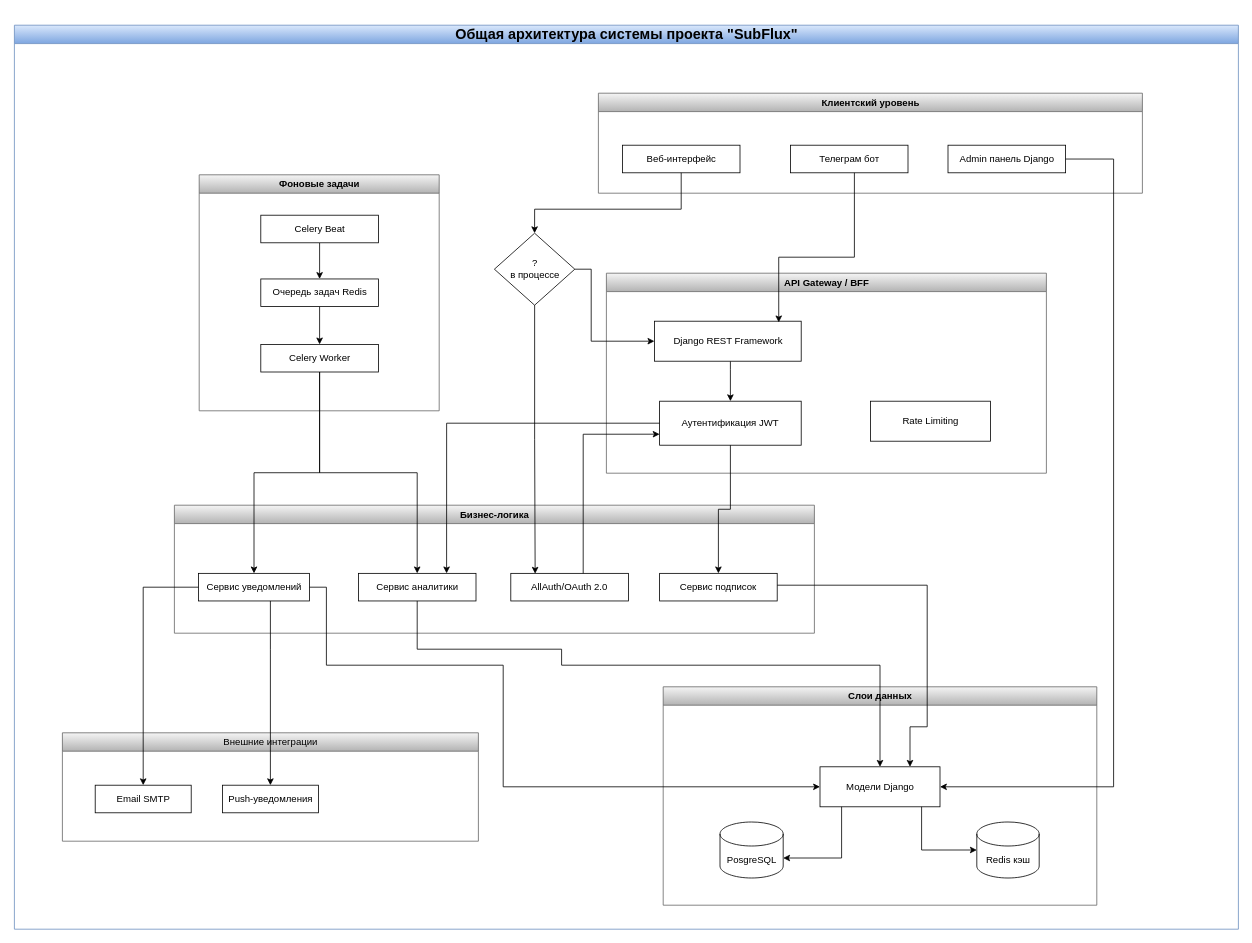
Above: docs/diagrams/Архитектура_приложений.drawio in NikPACodes/SubFlux (draw.io), before the change. Source tidied: cells renumbered, new cells numbered last; positions are measured from the earlier drawing's top-left corner, leaving out a move shared by most shapes. Both pictures are drawn from the tidied source at 80%, with x=0, y=0 at pixel (14, 25).
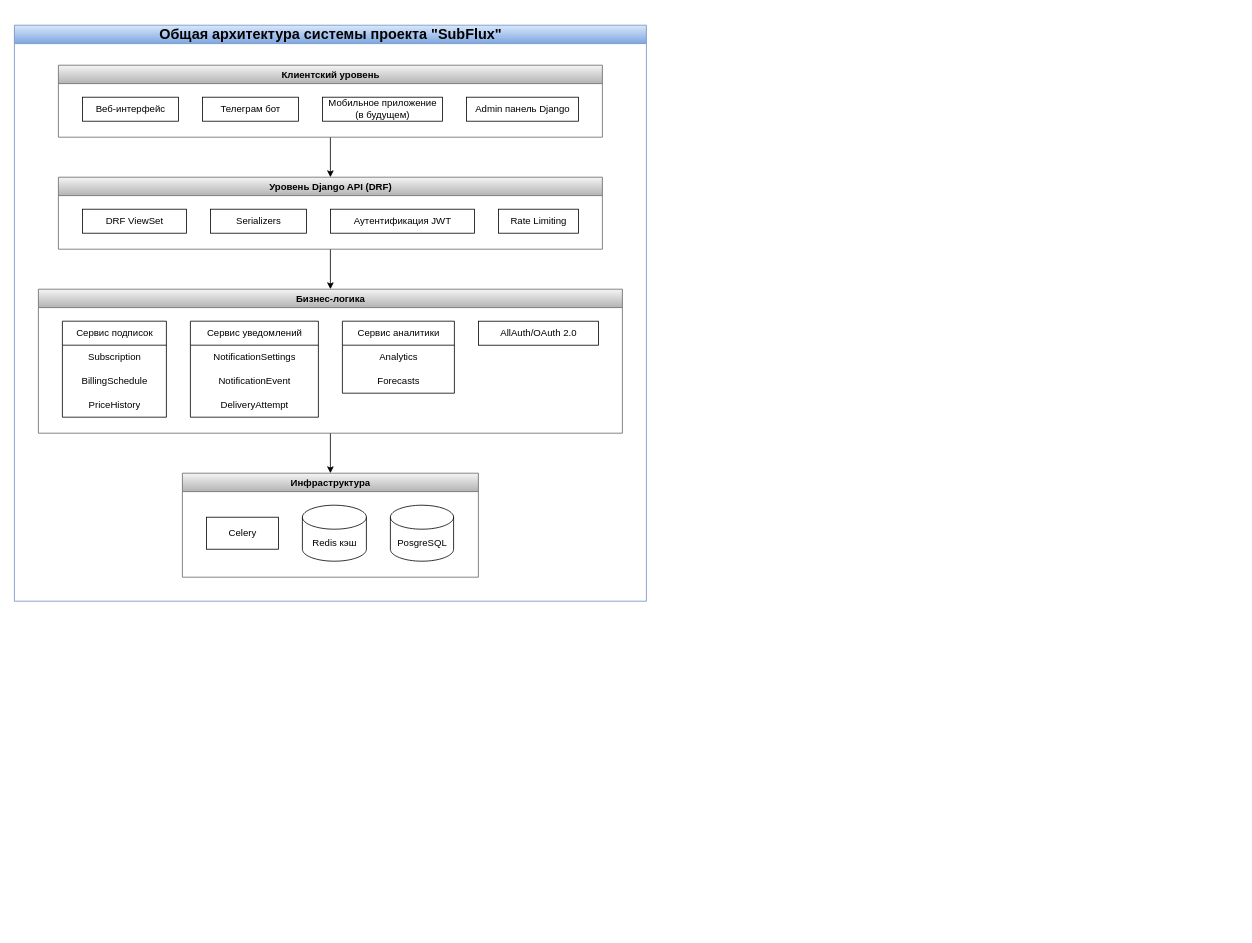
Above is the later version.

Commit message (it also covers changes not shown here):
Обновлены блок-схемы workflow и Архитектура_приложений

The edit, as a diff of the source:
```diff
@@
     <mxCell id="2" value="&lt;h2&gt;Общая архитектура системы проекта &quot;SubFlux&quot;&lt;/h2&gt;" style="swimlane;whiteSpace=wrap;html=1;fillColor=#dae8fc;gradientColor=#7ea6e0;strokeColor=#6c8ebf;" parent="1" vertex="1">
-      <mxGeometry x="-0.5" width="1530" height="1130" as="geometry" />
+      <mxGeometry x="-0.5" width="790" height="720" as="geometry" />
     </mxCell>
-    <mxCell id="3" value="&lt;span style=&quot;&quot;&gt;Фоновые задачи&lt;/span&gt;" style="swimlane;whiteSpace=wrap;html=1;fillColor=#f5f5f5;strokeColor=#666666;fontStyle=1;gradientColor=#b3b3b3;" parent="2" vertex="1">
-      <mxGeometry x="231" y="187" width="300" height="295" as="geometry" />
-    </mxCell>
-    <mxCell id="4" style="edgeStyle=orthogonalEdgeStyle;rounded=0;jettySize=auto;html=1;entryX=0.5;entryY=0;entryDx=0;entryDy=0;" parent="3" edge="1" source="5" target="8">
-      <mxGeometry relative="1" as="geometry" />
-    </mxCell>
-    <mxCell id="5" value="Celery Beat" style="rounded=0;whiteSpace=wrap;html=1;" parent="3" vertex="1">
-      <mxGeometry x="77" y="50.5" width="147" height="34.5" as="geometry" />
-    </mxCell>
-    <mxCell id="6" value="Celery Worker" style="rounded=0;whiteSpace=wrap;html=1;" parent="3" vertex="1">
-      <mxGeometry x="77" y="212" width="147" height="34.5" as="geometry" />
-    </mxCell>
-    <mxCell id="7" style="edgeStyle=orthogonalEdgeStyle;rounded=0;jettySize=auto;html=1;" parent="3" edge="1" source="8" target="6">
-      <mxGeometry relative="1" as="geometry" />
-    </mxCell>
-    <mxCell id="8" value="Очередь задач Redis" style="rounded=0;whiteSpace=wrap;html=1;" parent="3" vertex="1">
-      <mxGeometry x="77" y="130.2" width="147" height="34.5" as="geometry" />
-    </mxCell>
-    <mxCell id="9" value="Слои данных" style="swimlane;whiteSpace=wrap;html=1;fillColor=#f5f5f5;strokeColor=#666666;gradientColor=#b3b3b3;" parent="2" vertex="1">
-      <mxGeometry x="811" y="827" width="542" height="273" as="geometry" />
-    </mxCell>
+    <mxCell id="48" value="Инфраструктура" style="swimlane;whiteSpace=wrap;html=1;fillColor=#f5f5f5;strokeColor=#666666;gradientColor=#b3b3b3;" parent="2" vertex="1">
+      <mxGeometry x="210" y="560" width="370" height="130" as="geometry" />
+    </mxCell>
-    <mxCell id="10" value="Redis кэш" style="shape=cylinder3;whiteSpace=wrap;html=1;boundedLbl=1;backgroundOutline=1;size=15;" parent="9" vertex="1">
-      <mxGeometry x="392" y="169" width="78" height="70" as="geometry" />
+    <mxCell id="10" value="Redis кэш" style="shape=cylinder3;whiteSpace=wrap;html=1;boundedLbl=1;backgroundOutline=1;size=15;" parent="48" vertex="1">
+      <mxGeometry x="150" y="40" width="80" height="70" as="geometry" />
     </mxCell>
-    <mxCell id="11" value="PosgreSQL" style="shape=cylinder3;whiteSpace=wrap;html=1;boundedLbl=1;backgroundOutline=1;size=15;" parent="9" vertex="1">
-      <mxGeometry x="71" y="169" width="79" height="70" as="geometry" />
+    <mxCell id="11" value="PosgreSQL" style="shape=cylinder3;whiteSpace=wrap;html=1;boundedLbl=1;backgroundOutline=1;size=15;" parent="48" vertex="1">
+      <mxGeometry x="260" y="40" width="79" height="70" as="geometry" />
     </mxCell>
-    <mxCell id="12" value="Модели Django" style="rounded=0;whiteSpace=wrap;html=1;" parent="9" vertex="1">
-      <mxGeometry x="196" y="100" width="150" height="50" as="geometry" />
-    </mxCell>
-    <mxCell id="13" style="edgeStyle=orthogonalEdgeStyle;rounded=0;jettySize=auto;html=1;entryX=0;entryY=0.5;entryDx=0;entryDy=0;entryPerimeter=0;" parent="9" edge="1" source="12" target="10">
-      <mxGeometry relative="1" as="geometry">
-        <Array as="points">
-          <mxPoint x="323" y="204" />
-        </Array>
-      </mxGeometry>
-    </mxCell>
-    <mxCell id="14" style="edgeStyle=orthogonalEdgeStyle;rounded=0;jettySize=auto;html=1;entryX=1;entryY=0;entryDx=0;entryDy=45;entryPerimeter=0;" parent="9" edge="1" source="12" target="11">
-      <mxGeometry relative="1" as="geometry">
-        <Array as="points">
-          <mxPoint x="223" y="214" />
-        </Array>
-      </mxGeometry>
-    </mxCell>
-    <mxCell id="15" value="&lt;span style=&quot;&quot;&gt;API Gateway / BFF&lt;/span&gt;" style="swimlane;whiteSpace=wrap;html=1;fillColor=#f5f5f5;strokeColor=#666666;fontStyle=1;gradientColor=#b3b3b3;" parent="2" vertex="1">
-      <mxGeometry x="740" y="310" width="550" height="250" as="geometry" />
-    </mxCell>
-    <mxCell id="16" style="edgeStyle=orthogonalEdgeStyle;rounded=0;jettySize=auto;html=1;entryX=0.5;entryY=0;entryDx=0;entryDy=0;" parent="15" edge="1" source="17" target="18">
-      <mxGeometry relative="1" as="geometry">
-        <Array as="points">
-          <mxPoint x="155" y="120" />
-          <mxPoint x="155" y="120" />
-        </Array>
-      </mxGeometry>
-    </mxCell>
-    <mxCell id="17" value="Django REST Framework" style="rounded=0;whiteSpace=wrap;html=1;" parent="15" vertex="1">
-      <mxGeometry x="60" y="60" width="183.5" height="50" as="geometry" />
-    </mxCell>
+    <mxCell id="49" value="Celery" style="rounded=0;whiteSpace=wrap;html=1;" parent="48" vertex="1">
+      <mxGeometry x="30" y="55" width="90" height="40" as="geometry" />
+    </mxCell>
+    <mxCell id="50" style="edgeStyle=orthogonalEdgeStyle;rounded=0;jettySize=auto;html=1;entryX=0.5;entryY=0;entryDx=0;entryDy=0;" parent="2" edge="1" source="51" target="20">
+      <mxGeometry relative="1" as="geometry" />
+    </mxCell>
+    <mxCell id="51" value="Уровень Django API (DRF)" style="swimlane;whiteSpace=wrap;html=1;fillColor=#f5f5f5;strokeColor=#666666;fontStyle=1;gradientColor=#b3b3b3;" parent="2" vertex="1">
+      <mxGeometry x="55" y="190" width="680" height="90" as="geometry" />
+    </mxCell>
+    <mxCell id="52" value="DRF ViewSet" style="rounded=0;whiteSpace=wrap;html=1;" parent="51" vertex="1">
+      <mxGeometry x="30" y="40" width="130" height="30" as="geometry" />
+    </mxCell>
-    <mxCell id="18" value="Аутентификация JWT" style="rounded=0;whiteSpace=wrap;html=1;" parent="15" vertex="1">
-      <mxGeometry x="66.5" y="160" width="177" height="55" as="geometry" />
+    <mxCell id="18" value="Аутентификация JWT" style="rounded=0;whiteSpace=wrap;html=1;" parent="51" vertex="1">
+      <mxGeometry x="340" y="40" width="180" height="30" as="geometry" />
     </mxCell>
-    <mxCell id="19" value="Rate Limiting" style="rounded=0;whiteSpace=wrap;html=1;" parent="15" vertex="1">
-      <mxGeometry x="330" y="160" width="150" height="50" as="geometry" />
+    <mxCell id="19" value="Rate Limiting" style="rounded=0;whiteSpace=wrap;html=1;" parent="51" vertex="1">
+      <mxGeometry x="550" y="40" width="100" height="30" as="geometry" />
     </mxCell>
+    <mxCell id="53" value="Serializers" style="rounded=0;whiteSpace=wrap;html=1;" parent="51" vertex="1">
+      <mxGeometry x="190" y="40" width="120" height="30" as="geometry" />
+    </mxCell>
+    <mxCell id="54" style="edgeStyle=orthogonalEdgeStyle;rounded=0;jettySize=auto;html=1;entryX=0.5;entryY=0;entryDx=0;entryDy=0;" parent="2" edge="1" source="20" target="48">
+      <mxGeometry relative="1" as="geometry" />
+    </mxCell>
     <mxCell id="20" value="&lt;span style=&quot;&quot;&gt;Бизнес-логика&lt;/span&gt;" style="swimlane;whiteSpace=wrap;html=1;fillColor=#f5f5f5;strokeColor=#666666;fontStyle=1;gradientColor=#b3b3b3;" parent="2" vertex="1">
-      <mxGeometry x="200" y="600" width="800" height="160" as="geometry" />
+      <mxGeometry x="30" y="330" width="730" height="180" as="geometry" />
     </mxCell>
+    <mxCell id="24" value="AllAuth/&lt;span style=&quot;&quot; class=&quot;Yjhzub&quot;&gt;&lt;div style=&quot;display: contents&quot;&gt;OAuth 2.0&lt;/div&gt;&lt;/span&gt;" style="rounded=0;whiteSpace=wrap;html=1;" parent="20" vertex="1">
+      <mxGeometry x="550" y="40" width="150" height="30" as="geometry" />
+    </mxCell>
-    <mxCell id="21" value="Сервис подписок" style="rounded=0;whiteSpace=wrap;html=1;" parent="20" vertex="1">
-      <mxGeometry x="606.5" y="85.2" width="147" height="34.5" as="geometry" />
+    <mxCell id="21" value="Сервис подписок" style="swimlane;fontStyle=0;horizontal=1;startSize=30;whiteSpace=wrap;html=1;" parent="20" vertex="1">
+      <mxGeometry x="30" y="40" width="130" height="120" as="geometry" />
     </mxCell>
+    <mxCell id="55" value="Subscription" style="text;strokeColor=none;fillColor=none;align=center;verticalAlign=middle;spacingLeft=4;spacingRight=4;overflow=hidden;whiteSpace=wrap;html=1;" parent="21" vertex="1">
+      <mxGeometry y="30" width="130" height="30" as="geometry" />
+    </mxCell>
+    <mxCell id="56" value="BillingSchedule" style="text;strokeColor=none;fillColor=none;align=center;verticalAlign=middle;spacingLeft=4;spacingRight=4;overflow=hidden;whiteSpace=wrap;html=1;" parent="21" vertex="1">
+      <mxGeometry y="60" width="130" height="30" as="geometry" />
+    </mxCell>
+    <mxCell id="57" value="PriceHistory" style="text;strokeColor=none;fillColor=none;align=center;verticalAlign=middle;spacingLeft=4;spacingRight=4;overflow=hidden;whiteSpace=wrap;html=1;" parent="21" vertex="1">
+      <mxGeometry y="90" width="130" height="30" as="geometry" />
+    </mxCell>
+    <mxCell id="23" value="Сервис уведомлений" style="swimlane;fontStyle=0;horizontal=1;startSize=30;whiteSpace=wrap;html=1;" parent="20" vertex="1">
+      <mxGeometry x="190" y="40" width="160" height="120" as="geometry" />
+    </mxCell>
+    <mxCell id="58" value="NotificationSettings" style="text;strokeColor=none;fillColor=none;align=center;verticalAlign=middle;spacingLeft=4;spacingRight=4;overflow=hidden;whiteSpace=wrap;html=1;" parent="23" vertex="1">
+      <mxGeometry y="30" width="160" height="30" as="geometry" />
+    </mxCell>
+    <mxCell id="59" value="NotificationEvent" style="text;strokeColor=none;fillColor=none;align=center;verticalAlign=middle;spacingLeft=4;spacingRight=4;overflow=hidden;whiteSpace=wrap;html=1;" parent="23" vertex="1">
+      <mxGeometry y="60" width="160" height="30" as="geometry" />
+    </mxCell>
+    <mxCell id="60" value="DeliveryAttempt" style="text;strokeColor=none;fillColor=none;align=center;verticalAlign=middle;spacingLeft=4;spacingRight=4;overflow=hidden;whiteSpace=wrap;html=1;" parent="23" vertex="1">
+      <mxGeometry y="90" width="160" height="30" as="geometry" />
+    </mxCell>
-    <mxCell id="22" value="Сервис аналитики" style="rounded=0;whiteSpace=wrap;html=1;" parent="20" vertex="1">
-      <mxGeometry x="230" y="85.2" width="147" height="34.5" as="geometry" />
+    <mxCell id="22" value="Сервис аналитики" style="swimlane;fontStyle=0;horizontal=1;startSize=30;whiteSpace=wrap;html=1;" parent="20" vertex="1">
+      <mxGeometry x="380" y="40" width="140" height="90" as="geometry" />
     </mxCell>
-    <mxCell id="23" value="Сервис уведомлений" style="rounded=0;whiteSpace=wrap;html=1;" parent="20" vertex="1">
-      <mxGeometry x="30" y="85.2" width="139" height="34.5" as="geometry" />
-    </mxCell>
-    <mxCell id="24" value="AllAuth/&lt;span style=&quot;&quot; class=&quot;Yjhzub&quot;&gt;&lt;div style=&quot;display: contents&quot;&gt;OAuth 2.0&lt;/div&gt;&lt;/span&gt;" style="rounded=0;whiteSpace=wrap;html=1;" parent="20" vertex="1">
-      <mxGeometry x="420.5" y="85.2" width="147" height="34.5" as="geometry" />
-    </mxCell>
+    <mxCell id="61" value="Analytics" style="text;strokeColor=none;fillColor=none;align=center;verticalAlign=middle;spacingLeft=4;spacingRight=4;overflow=hidden;whiteSpace=wrap;html=1;" parent="22" vertex="1">
+      <mxGeometry y="30" width="140" height="30" as="geometry" />
+    </mxCell>
+    <mxCell id="62" value="Forecasts" style="text;strokeColor=none;fillColor=none;align=center;verticalAlign=middle;spacingLeft=4;spacingRight=4;overflow=hidden;whiteSpace=wrap;html=1;" parent="22" vertex="1">
+      <mxGeometry y="60" width="140" height="30" as="geometry" />
+    </mxCell>
+    <mxCell id="63" style="edgeStyle=orthogonalEdgeStyle;rounded=0;jettySize=auto;html=1;entryX=0.5;entryY=0;entryDx=0;entryDy=0;" parent="2" edge="1" source="25" target="51">
+      <mxGeometry relative="1" as="geometry" />
+    </mxCell>
     <mxCell id="25" value="&lt;span style=&quot;&quot;&gt;Клиентский уровень&lt;/span&gt;" style="swimlane;whiteSpace=wrap;html=1;fillColor=#f5f5f5;strokeColor=#666666;fontStyle=1;gradientColor=#b3b3b3;" parent="2" vertex="1">
-      <mxGeometry x="730" y="85" width="680" height="125" as="geometry" />
+      <mxGeometry x="55" y="50" width="680" height="90" as="geometry" />
     </mxCell>
     <mxCell id="26" value="Веб-интерфейс" style="rounded=0;whiteSpace=wrap;html=1;" parent="25" vertex="1">
-      <mxGeometry x="30" y="65" width="147" height="34.5" as="geometry" />
+      <mxGeometry x="30" y="40" width="120" height="30" as="geometry" />
     </mxCell>
     <mxCell id="27" value="Admin панель Django" style="rounded=0;whiteSpace=wrap;html=1;" parent="25" vertex="1">
-      <mxGeometry x="437" y="65" width="147" height="34.5" as="geometry" />
+      <mxGeometry x="510" y="40" width="140" height="30" as="geometry" />
     </mxCell>
     <mxCell id="28" value="Телеграм бот" style="rounded=0;whiteSpace=wrap;html=1;" parent="25" vertex="1">
-      <mxGeometry x="240" y="65" width="147" height="34.5" as="geometry" />
+      <mxGeometry x="180" y="40" width="120" height="30" as="geometry" />
     </mxCell>
-    <mxCell id="29" value="&lt;span style=&quot;font-weight: 400;&quot;&gt;Внешние интеграции&lt;/span&gt;" style="swimlane;whiteSpace=wrap;html=1;fillColor=#f5f5f5;gradientColor=#b3b3b3;strokeColor=#666666;" parent="2" vertex="1">
-      <mxGeometry x="60" y="884.5" width="520" height="135.5" as="geometry" />
-    </mxCell>
-    <mxCell id="30" value="Email SMTP" style="rounded=0;whiteSpace=wrap;html=1;" parent="29" vertex="1">
-      <mxGeometry x="41" y="65.5" width="120" height="34.5" as="geometry" />
-    </mxCell>
-    <mxCell id="31" value="Push-уведомления" style="rounded=0;whiteSpace=wrap;html=1;" parent="29" vertex="1">
-      <mxGeometry x="200" y="65.5" width="120" height="34.5" as="geometry" />
-    </mxCell>
-    <mxCell id="32" style="edgeStyle=orthogonalEdgeStyle;rounded=0;jettySize=auto;html=1;entryX=0.847;entryY=0.029;entryDx=0;entryDy=0;entryPerimeter=0;" parent="2" edge="1" source="28" target="17">
-      <mxGeometry relative="1" as="geometry">
-        <Array as="points">
-          <mxPoint x="1050" y="290" />
-          <mxPoint x="955" y="290" />
-        </Array>
-      </mxGeometry>
-    </mxCell>
-    <mxCell id="33" style="edgeStyle=orthogonalEdgeStyle;rounded=0;jettySize=auto;html=1;" parent="2" edge="1" source="6" target="23">
-      <mxGeometry relative="1" as="geometry" />
-    </mxCell>
-    <mxCell id="34" style="edgeStyle=orthogonalEdgeStyle;rounded=0;jettySize=auto;html=1;entryX=0.75;entryY=0;entryDx=0;entryDy=0;" parent="2" edge="1" source="21" target="12">
-      <mxGeometry relative="1" as="geometry">
-        <Array as="points">
-          <mxPoint x="1141" y="700" />
-          <mxPoint x="1141" y="877" />
-          <mxPoint x="1119" y="877" />
-        </Array>
-      </mxGeometry>
-    </mxCell>
-    <mxCell id="35" style="edgeStyle=orthogonalEdgeStyle;rounded=0;jettySize=auto;html=1;" parent="2" edge="1" source="22" target="12">
-      <mxGeometry relative="1" as="geometry">
-        <Array as="points">
-          <mxPoint x="504" y="780" />
-          <mxPoint x="684" y="780" />
-          <mxPoint x="684" y="800" />
-          <mxPoint x="1082" y="800" />
-        </Array>
-      </mxGeometry>
-    </mxCell>
-    <mxCell id="36" style="edgeStyle=orthogonalEdgeStyle;rounded=0;jettySize=auto;html=1;entryX=0;entryY=0.5;entryDx=0;entryDy=0;" parent="2" edge="1" source="23" target="12">
-      <mxGeometry relative="1" as="geometry">
-        <Array as="points">
-          <mxPoint x="390" y="703" />
-          <mxPoint x="390" y="800" />
-          <mxPoint x="611" y="800" />
-          <mxPoint x="611" y="952" />
-        </Array>
-      </mxGeometry>
-    </mxCell>
-    <mxCell id="37" style="edgeStyle=orthogonalEdgeStyle;rounded=0;jettySize=auto;html=1;entryX=1;entryY=0.5;entryDx=0;entryDy=0;" parent="2" edge="1" source="27" target="12">
-      <mxGeometry relative="1" as="geometry">
-        <Array as="points">
-          <mxPoint x="1374" y="952" />
-        </Array>
-      </mxGeometry>
-    </mxCell>
-    <mxCell id="38" style="edgeStyle=orthogonalEdgeStyle;rounded=0;jettySize=auto;html=1;entryX=0.5;entryY=0;entryDx=0;entryDy=0;" parent="2" edge="1" source="23" target="31">
-      <mxGeometry relative="1" as="geometry">
-        <Array as="points">
-          <mxPoint x="320" y="780" />
-          <mxPoint x="320" y="780" />
-        </Array>
-      </mxGeometry>
-    </mxCell>
-    <mxCell id="39" style="edgeStyle=orthogonalEdgeStyle;rounded=0;jettySize=auto;html=1;entryX=0.5;entryY=0;entryDx=0;entryDy=0;" parent="2" edge="1" source="23" target="30">
-      <mxGeometry relative="1" as="geometry" />
-    </mxCell>
-    <mxCell id="40" style="edgeStyle=orthogonalEdgeStyle;rounded=0;jettySize=auto;html=1;entryX=0.5;entryY=0;entryDx=0;entryDy=0;" parent="2" edge="1" source="6" target="22">
-      <mxGeometry relative="1" as="geometry" />
-    </mxCell>
-    <mxCell id="41" style="edgeStyle=orthogonalEdgeStyle;rounded=0;jettySize=auto;html=1;entryX=0.75;entryY=0;entryDx=0;entryDy=0;" parent="2" edge="1" source="18" target="22">
-      <mxGeometry relative="1" as="geometry" />
-    </mxCell>
-    <mxCell id="42" style="edgeStyle=orthogonalEdgeStyle;rounded=0;jettySize=auto;html=1;entryX=0.5;entryY=0;entryDx=0;entryDy=0;" parent="2" edge="1" source="18" target="21">
-      <mxGeometry relative="1" as="geometry" />
-    </mxCell>
-    <mxCell id="43" style="edgeStyle=orthogonalEdgeStyle;rounded=0;jettySize=auto;html=1;entryX=0;entryY=0.5;entryDx=0;entryDy=0;" parent="2" edge="1" source="44" target="17">
-      <mxGeometry relative="1" as="geometry">
-        <Array as="points">
-          <mxPoint x="721" y="305" />
-          <mxPoint x="721" y="395" />
-        </Array>
-      </mxGeometry>
-    </mxCell>
-    <mxCell id="44" value="?&lt;div&gt;в процессе&lt;/div&gt;" style="rhombus;whiteSpace=wrap;html=1;verticalAlign=middle;" parent="2" vertex="1">
-      <mxGeometry x="600" y="260" width="100.5" height="90" as="geometry" />
-    </mxCell>
-    <mxCell id="45" style="edgeStyle=orthogonalEdgeStyle;rounded=0;jettySize=auto;html=1;entryX=0.5;entryY=0;entryDx=0;entryDy=0;" parent="2" edge="1" source="26" target="44">
-      <mxGeometry relative="1" as="geometry">
-        <Array as="points">
-          <mxPoint x="834" y="230" />
-          <mxPoint x="650" y="230" />
-        </Array>
-      </mxGeometry>
-    </mxCell>
-    <mxCell id="46" style="edgeStyle=orthogonalEdgeStyle;rounded=0;jettySize=auto;html=1;entryX=0.207;entryY=0.012;entryDx=0;entryDy=0;entryPerimeter=0;" parent="2" edge="1" source="44" target="24">
-      <mxGeometry relative="1" as="geometry" />
-    </mxCell>
-    <mxCell id="47" style="edgeStyle=orthogonalEdgeStyle;rounded=0;jettySize=auto;html=1;entryX=0;entryY=0.75;entryDx=0;entryDy=0;" parent="2" edge="1" source="24" target="18">
-      <mxGeometry relative="1" as="geometry">
-        <Array as="points">
-          <mxPoint x="711" y="511" />
-        </Array>
-      </mxGeometry>
-    </mxCell>
+    <mxCell id="64" value="Мобильное приложение&lt;div&gt;(в будущем)&lt;/div&gt;" style="rounded=0;whiteSpace=wrap;html=1;" parent="25" vertex="1">
+      <mxGeometry x="330" y="40" width="150" height="30" as="geometry" />
+    </mxCell>
```
